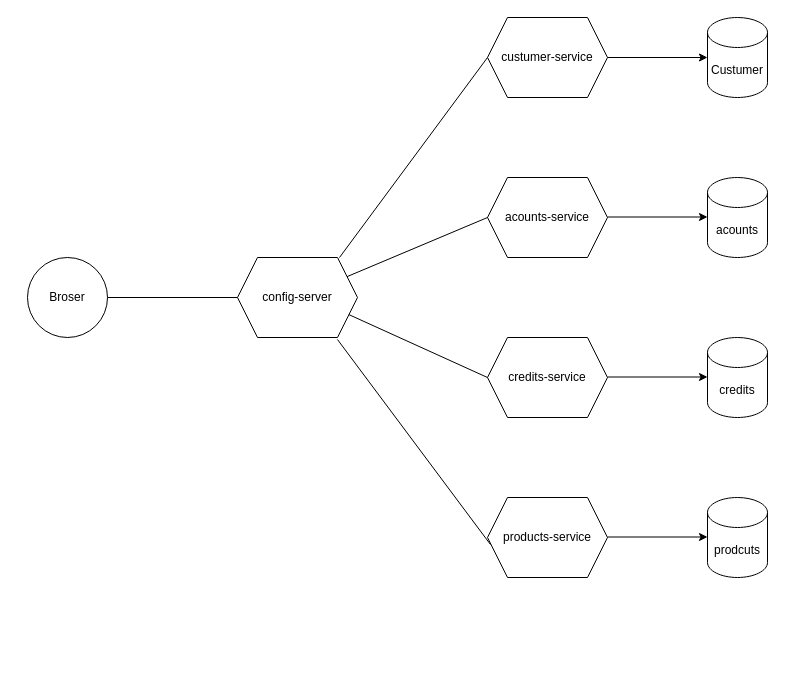
Above: Diagrama.drawio in arbej/bootcamp (draw.io), before the change. Source tidied: cells renumbered, new cells numbered last; positions are measured from the earlier drawing's top-left corner, leaving out a move shared by most shapes. Both pictures are drawn from the tidied source at 100%, with x=0, y=0 at pixel (27, 17).
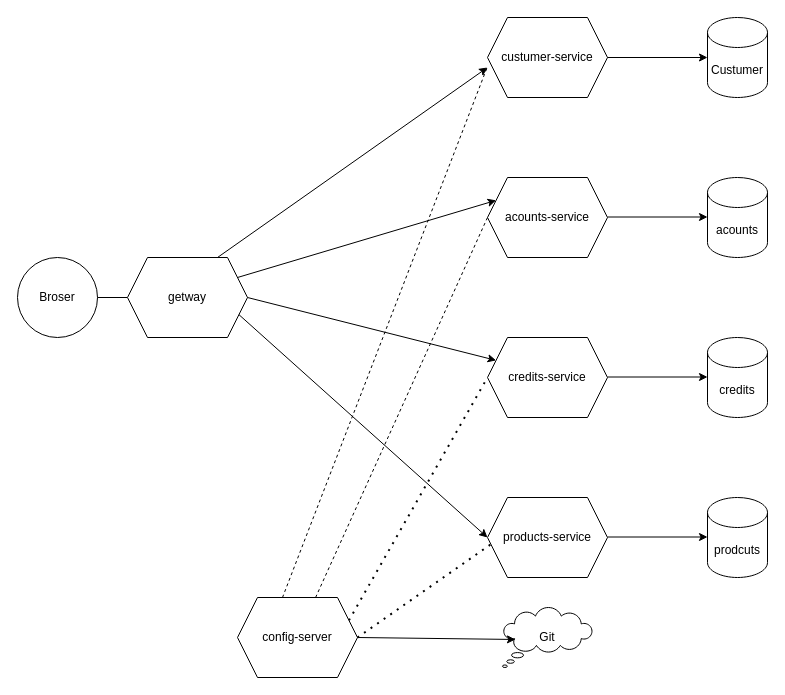
After the change.

The change refers to these unchanged cells:
```xml
<mxCell id="6" value="custumer-service" style="shape=hexagon;perimeter=hexagonPerimeter2;whiteSpace=wrap;html=1;fixedSize=1;" parent="1" vertex="1">
  <mxGeometry x="460" width="120" height="80" as="geometry" />
</mxCell>
<mxCell id="7" value="acounts-service" style="shape=hexagon;perimeter=hexagonPerimeter2;whiteSpace=wrap;html=1;fixedSize=1;" parent="1" vertex="1">
  <mxGeometry x="460" y="160" width="120" height="80" as="geometry" />
</mxCell>
<mxCell id="8" value="credits-service" style="shape=hexagon;perimeter=hexagonPerimeter2;whiteSpace=wrap;html=1;fixedSize=1;" parent="1" vertex="1">
  <mxGeometry x="460" y="320" width="120" height="80" as="geometry" />
</mxCell>
<mxCell id="9" value="products-service" style="shape=hexagon;perimeter=hexagonPerimeter2;whiteSpace=wrap;html=1;fixedSize=1;" parent="1" vertex="1">
  <mxGeometry x="460" y="480" width="120" height="80" as="geometry" />
</mxCell>
```

The edit, as a diff of the source:
```diff
@@
     <mxCell id="10" value="config-server" style="shape=hexagon;perimeter=hexagonPerimeter2;whiteSpace=wrap;html=1;fixedSize=1;" parent="1" vertex="1">
-      <mxGeometry x="210" y="240" width="120" height="80" as="geometry" />
+      <mxGeometry x="210" y="580" width="120" height="80" as="geometry" />
     </mxCell>
     <mxCell id="11" value="Broser" style="ellipse;whiteSpace=wrap;html=1;" parent="1" vertex="1">
-      <mxGeometry y="240" width="80" height="80" as="geometry" />
+      <mxGeometry x="-10" y="240" width="80" height="80" as="geometry" />
     </mxCell>
-    <mxCell id="12" style="endArrow=none;html=1;rounded=0;exitX=1;exitY=0.5;exitDx=0;exitDy=0;entryX=0;entryY=0.5;entryDx=0;entryDy=0;" parent="1" edge="1" source="11" target="10">
+    <mxCell id="12" style="endArrow=none;html=1;rounded=0;exitX=1;exitY=0.5;exitDx=0;exitDy=0;entryX=0;entryY=0.5;entryDx=0;entryDy=0;" parent="1" edge="1" source="11" target="24">
       <mxGeometry relative="1" as="geometry" />
     </mxCell>
-    <mxCell id="13" style="endArrow=none;html=1;rounded=0;exitX=0.85;exitY=0;exitDx=0;exitDy=0;exitPerimeter=0;entryX=0;entryY=0.5;entryDx=0;entryDy=0;" parent="1" edge="1" source="10" target="6">
-      <mxGeometry relative="1" as="geometry" />
-    </mxCell>
-    <mxCell id="14" style="endArrow=none;html=1;rounded=0;exitX=0.025;exitY=0.588;exitDx=0;exitDy=0;exitPerimeter=0;entryX=0.833;entryY=1.025;entryDx=0;entryDy=0;entryPerimeter=0;" parent="1" edge="1" source="9" target="10">
-      <mxGeometry relative="1" as="geometry" />
-    </mxCell>
-    <mxCell id="15" style="endArrow=none;html=1;rounded=0;entryX=0;entryY=0.5;entryDx=0;entryDy=0;" parent="1" edge="1" source="10" target="7">
-      <mxGeometry relative="1" as="geometry" />
-    </mxCell>
-    <mxCell id="16" style="endArrow=none;html=1;rounded=0;entryX=0;entryY=0.5;entryDx=0;entryDy=0;exitX=1;exitY=0.75;exitDx=0;exitDy=0;" parent="1" edge="1" source="10" target="8">
-      <mxGeometry relative="1" as="geometry" />
-    </mxCell>
@@
+    <mxCell id="13" style="endArrow=none;dashed=1;html=1;rounded=0;entryX=0;entryY=0.613;entryDx=0;entryDy=0;entryPerimeter=0;exitX=0.375;exitY=0;exitDx=0;exitDy=0;" parent="1" edge="1" source="10" target="6">
+      <mxGeometry relative="1" as="geometry" />
+    </mxCell>
+    <mxCell id="15" style="endArrow=none;dashed=1;html=1;rounded=0;entryX=0;entryY=0.5;entryDx=0;entryDy=0;" parent="1" edge="1" source="10" target="7">
+      <mxGeometry relative="1" as="geometry" />
+    </mxCell>
+    <mxCell id="16" style="endArrow=none;dashed=1;html=1;dashPattern=1 3;strokeWidth=2;rounded=0;entryX=0;entryY=0.5;entryDx=0;entryDy=0;exitX=1;exitY=0.25;exitDx=0;exitDy=0;" parent="1" edge="1" source="10" target="8">
+      <mxGeometry relative="1" as="geometry" />
+    </mxCell>
+    <mxCell id="21" style="endArrow=none;dashed=1;html=1;dashPattern=1 3;strokeWidth=2;rounded=0;entryX=0.025;entryY=0.588;entryDx=0;entryDy=0;entryPerimeter=0;exitX=1;exitY=0.5;exitDx=0;exitDy=0;" parent="1" edge="1" source="10" target="9">
+      <mxGeometry relative="1" as="geometry" />
+    </mxCell>
+    <mxCell id="22" value="Git" style="whiteSpace=wrap;html=1;shape=mxgraph.basic.cloud_callout;" parent="1" vertex="1">
+      <mxGeometry x="475" y="590" width="90" height="60" as="geometry" />
+    </mxCell>
+    <mxCell id="23" style="endArrow=classic;html=1;rounded=0;entryX=0.144;entryY=0.533;entryDx=0;entryDy=0;entryPerimeter=0;exitX=1;exitY=0.5;exitDx=0;exitDy=0;" parent="1" edge="1" source="10" target="22">
+      <mxGeometry relative="1" as="geometry" />
+    </mxCell>
+    <mxCell id="24" value="getway" style="shape=hexagon;perimeter=hexagonPerimeter2;whiteSpace=wrap;html=1;fixedSize=1;" parent="1" vertex="1">
+      <mxGeometry x="100" y="240" width="120" height="80" as="geometry" />
+    </mxCell>
+    <mxCell id="25" style="endArrow=classic;html=1;rounded=0;" parent="1" edge="1">
+      <mxGeometry relative="1" as="geometry">
+        <mxPoint x="190" y="240" as="sourcePoint" />
+        <mxPoint x="460" y="50" as="targetPoint" />
+      </mxGeometry>
+    </mxCell>
+    <mxCell id="26" style="endArrow=classic;html=1;rounded=0;entryX=0;entryY=0.25;entryDx=0;entryDy=0;" parent="1" edge="1" target="7">
+      <mxGeometry relative="1" as="geometry">
+        <mxPoint x="210" y="260" as="sourcePoint" />
+      </mxGeometry>
+    </mxCell>
+    <mxCell id="27" style="endArrow=classic;html=1;rounded=0;exitX=1;exitY=0.5;exitDx=0;exitDy=0;entryX=0;entryY=0.25;entryDx=0;entryDy=0;" parent="1" edge="1" source="24" target="8">
+      <mxGeometry relative="1" as="geometry" />
+    </mxCell>
+    <mxCell id="28" style="endArrow=classic;html=1;rounded=0;exitX=1;exitY=0.75;exitDx=0;exitDy=0;entryX=0;entryY=0.5;entryDx=0;entryDy=0;" parent="1" edge="1" source="24" target="9">
+      <mxGeometry relative="1" as="geometry" />
+    </mxCell>
```
